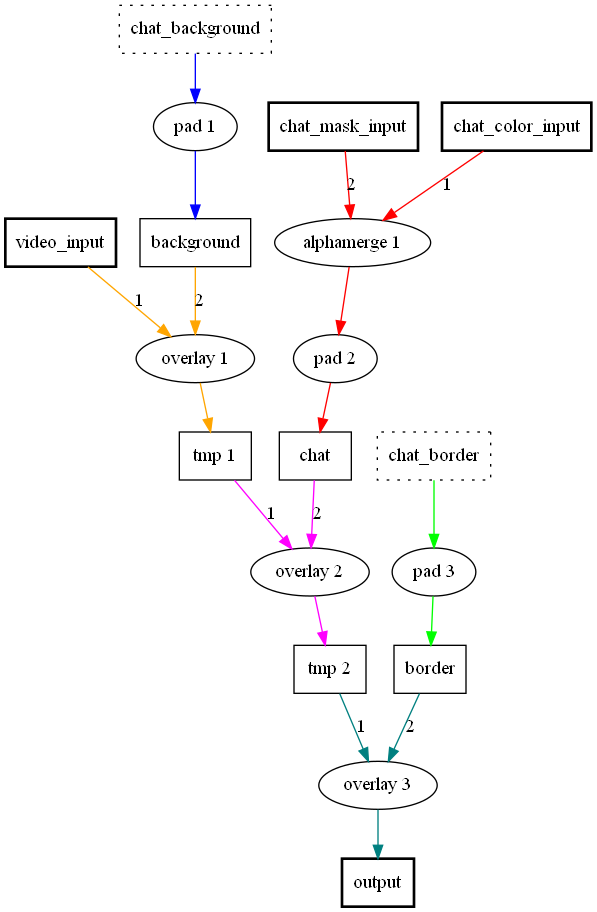
Above: TwitchDownloaderCLI/Docs/filtergraph.png in fresc81/TwitchDownloader (Graphviz), before the change. Its source is kept beside it as TwitchDownloaderCLI/Docs/filtergraph.gv.
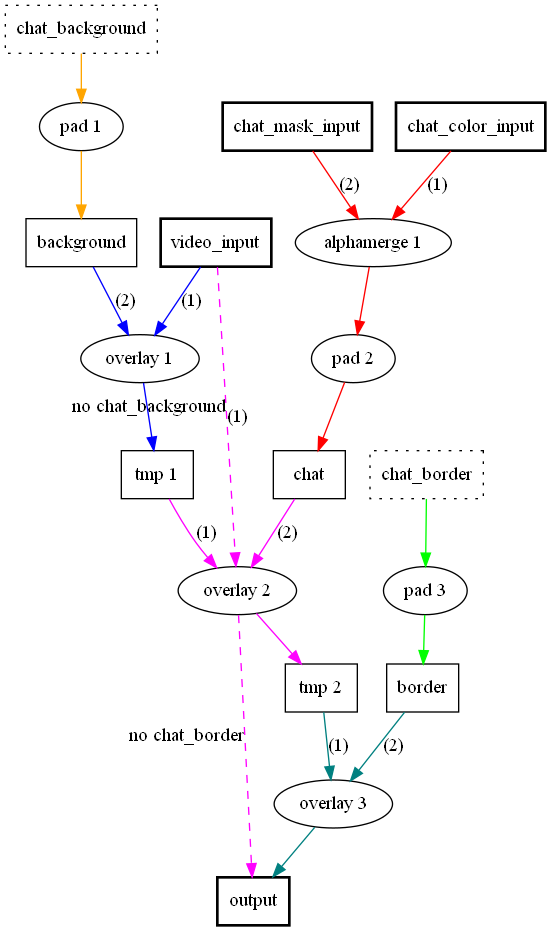
After the change.

Commit message:
removed unnessesary symbols, moved inputs to the top, added alternative paths

The edit, as a diff of the source:
```diff
@@ -1,71 +1,76 @@
 digraph filtergraph {
 
   # input streams
-  node [shape=box,style=bold];
-  video_input;
-  chat_color_input;
-  chat_mask_input;
+  node [shape=box,style=bold]
+  video_input
+  chat_color_input
+  chat_mask_input
+
+  # input images
+  node [style=dotted]
+  chat_background
+  chat_border
 
   # temporary streams
-  node [style=solid];
-  chat;
-  background;
-  border;
-  tmp_1 [label="tmp 1"];
-  tmp_2 [label="tmp 2"];
-
-  # images
-  node [style=dotted];
-  chat_background;
-  chat_border;
+  node [style=solid]
+  chat
+  background
+  border
+  tmp_1 [label="tmp 1"]
+  tmp_2 [label="tmp 2"]
 
   # output stream
-  node [style=bold];
-  output;
+  node [style=bold]
+  output
 
   # filter
-  node [shape=ellipse, style=solid];
-  alphamerge_1 [label="alphamerge 1"];
-  pad_1 [label="pad 1"];
-  pad_2 [label="pad 2"];
-  pad_3 [label="pad 3"];
-  overlay_1 [label="overlay 1"];
-  overlay_2 [label="overlay 2"];
-  overlay_3 [label="overlay 3"];
+  node [shape=ellipse, style=solid]
+  alphamerge_1 [label="alphamerge 1"]
+  pad_1 [label="pad 1"]
+  pad_2 [label="pad 2"]
+  pad_3 [label="pad 3"]
+  overlay_1 [label="overlay 1"]
+  overlay_2 [label="overlay 2"]
+  overlay_3 [label="overlay 3"]
 
   # chat background padding
-  edge [color=blue];
-  chat_background -> pad_1;
-  pad_1 -> background;
+  edge [color=orange]
+  chat_background -> pad_1
+  pad_1 -> background
 
   # masked alpha and padding for chat
   edge [color=red];
-  chat_color_input -> alphamerge_1 [label=1];
-  chat_mask_input -> alphamerge_1 [label=2];
-  alphamerge_1 -> pad_2;
-  pad_2 -> chat;
+  chat_color_input -> alphamerge_1 [label="(1)"]
+  chat_mask_input -> alphamerge_1 [label="(2)"]
+  alphamerge_1 -> pad_2
+  pad_2 -> chat
 
   # chat border padding
-  edge [color=green];
-  chat_border -> pad_3;
-  pad_3 -> border;
+  edge [color=green]
+  chat_border -> pad_3
+  pad_3 -> border
 
   # overlay chat background
-  edge [color=orange];
-  video_input -> overlay_1 [label=1];
-  background -> overlay_1 [label=2];
-  overlay_1 -> tmp_1;
+  edge [color=blue]
+  video_input -> overlay_1 [label="(1)"]
+  background -> overlay_1 [label="(2)"]
+  overlay_1 -> tmp_1
 
   # overlay chat on top of background
-  edge [color=magenta];
-  tmp_1 -> overlay_2 [label=1];
-  chat -> overlay_2 [label=2];
-  overlay_2 -> tmp_2;
+  edge [color=magenta]
+  tmp_1 -> overlay_2 [label="(1)"]
+  chat -> overlay_2 [label="(2)"]
+  overlay_2 -> tmp_2
 
   # overlay border on top of chat
-  edge [color=teal];
-  tmp_2 -> overlay_3 [label=1];
-  border -> overlay_3 [label=2];
-  overlay_3 -> output;
+  edge [color=teal]
+  tmp_2 -> overlay_3 [label="(1)"]
+  border -> overlay_3 [label="(2)"]
+  overlay_3 -> output
+
+  # alternative paths
+  edge [style=dashed]
+  video_input -> overlay_2 [xlabel="no chat_background", label="(1)", color=magenta]
+  overlay_2 -> output [xlabel="no chat_border", color=magenta]
 
 }
```
